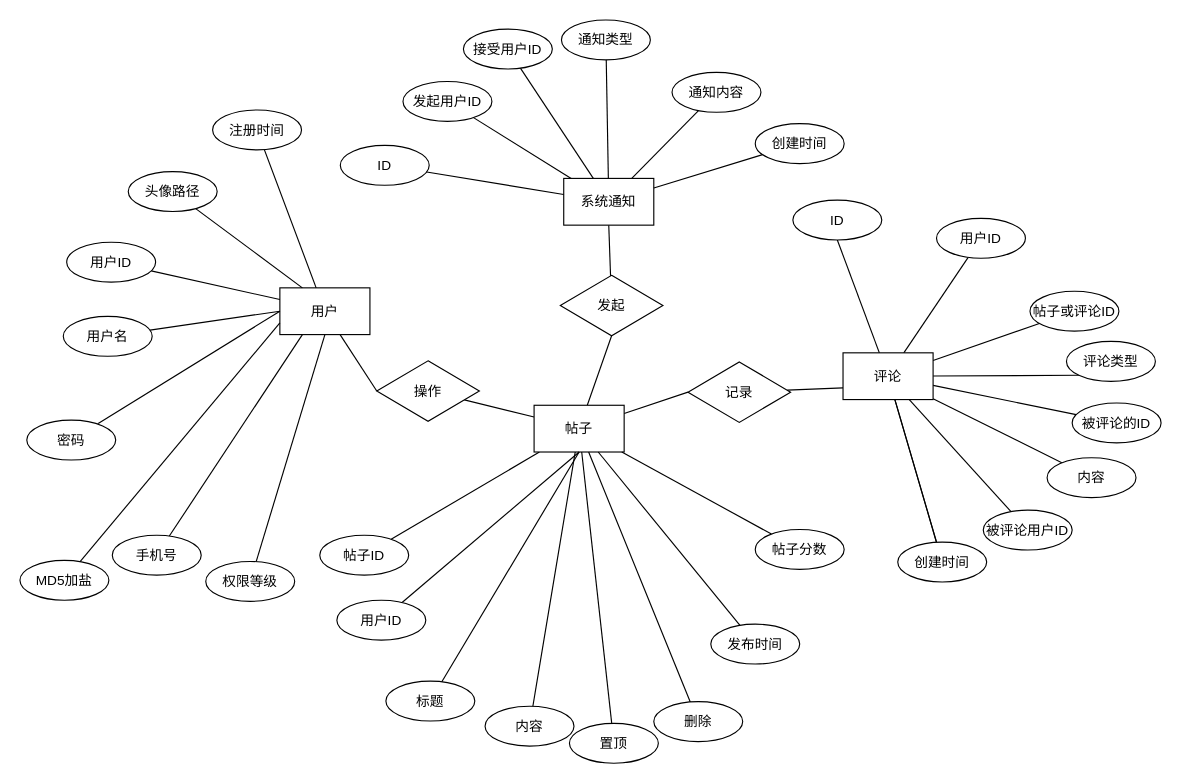
zjw1227/studentmanager keeps this draw.io diagram as 未命名绘图.drawio. Above is the earlier version. Source tidied: cells renumbered, new cells numbered last; positions are measured from the earlier drawing's top-left corner, leaving out a move shared by most shapes. Both pictures are drawn from the tidied source at 114%, with x=0, y=0 at pixel (19, 19).
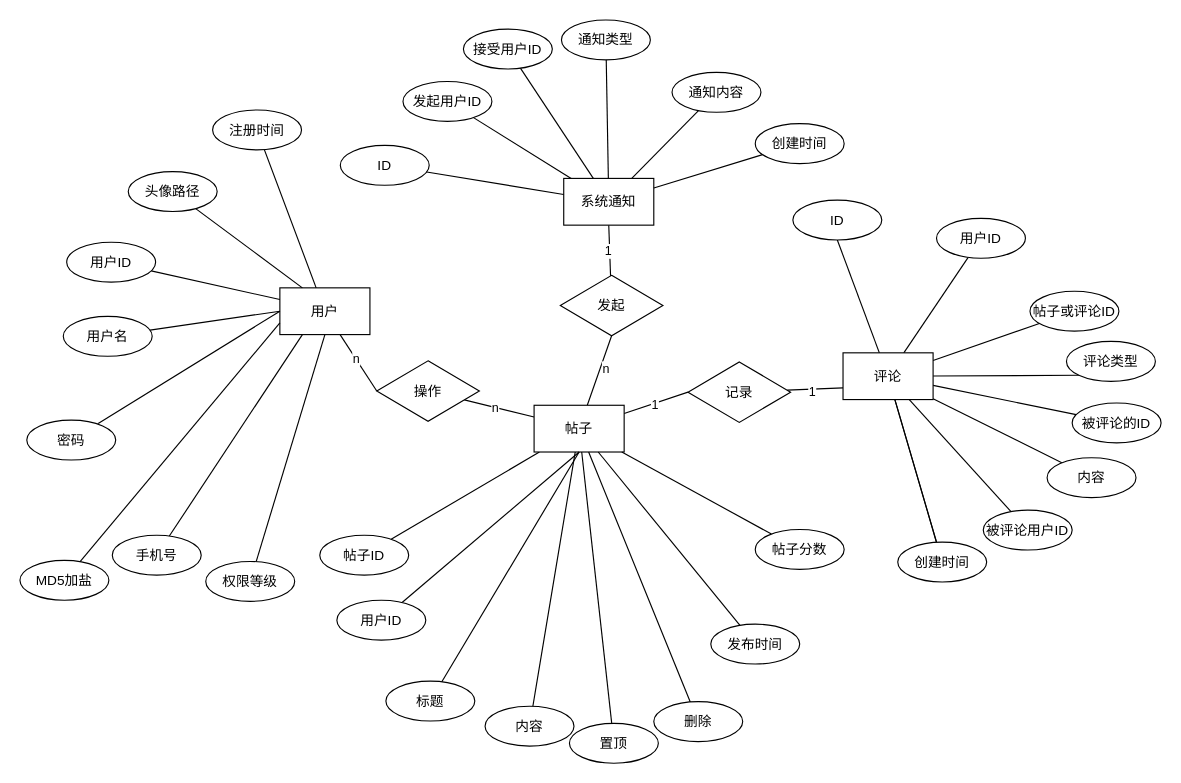
After the change.

Commit message:
更新未命名绘图.drawio

The change refers to these unchanged cells:
```xml
<mxCell id="2" style="edgeStyle=none;rounded=0;jettySize=auto;html=1;entryX=0;entryY=0.5;entryDx=0;entryDy=0;strokeColor=default;align=center;verticalAlign=middle;fontFamily=Helvetica;fontSize=11;fontColor=default;labelBackgroundColor=default;endArrow=none;endFill=0;" parent="1" edge="1" source="3" target="23">
  <mxGeometry relative="1" as="geometry" />
</mxCell>
<mxCell id="22" style="edgeStyle=none;rounded=0;jettySize=auto;html=1;entryX=0;entryY=0.25;entryDx=0;entryDy=0;strokeColor=default;align=center;verticalAlign=middle;fontFamily=Helvetica;fontSize=11;fontColor=default;labelBackgroundColor=default;endArrow=none;endFill=0;" parent="1" edge="1" source="23" target="28">
  <mxGeometry relative="1" as="geometry" />
</mxCell>
<mxCell id="24" style="edgeStyle=none;rounded=0;jettySize=auto;html=1;entryX=0.5;entryY=1;entryDx=0;entryDy=0;strokeColor=default;align=center;verticalAlign=middle;fontFamily=Helvetica;fontSize=11;fontColor=default;labelBackgroundColor=default;endArrow=none;endFill=0;" parent="1" edge="1" source="28" target="30">
  <mxGeometry relative="1" as="geometry" />
</mxCell>
<mxCell id="25" style="edgeStyle=none;rounded=0;jettySize=auto;html=1;entryX=0;entryY=0.5;entryDx=0;entryDy=0;strokeColor=default;align=center;verticalAlign=middle;fontFamily=Helvetica;fontSize=11;fontColor=default;labelBackgroundColor=default;endArrow=none;endFill=0;" parent="1" edge="1" source="28" target="33">
  <mxGeometry relative="1" as="geometry" />
</mxCell>
<mxCell id="29" style="edgeStyle=none;rounded=0;jettySize=auto;html=1;entryX=0.5;entryY=1;entryDx=0;entryDy=0;strokeColor=default;align=center;verticalAlign=middle;fontFamily=Helvetica;fontSize=11;fontColor=default;labelBackgroundColor=default;endArrow=none;endFill=0;" parent="1" edge="1" source="30" target="31">
  <mxGeometry relative="1" as="geometry" />
</mxCell>
<mxCell id="32" style="edgeStyle=none;rounded=0;jettySize=auto;html=1;entryX=0;entryY=0.75;entryDx=0;entryDy=0;strokeColor=default;align=center;verticalAlign=middle;fontFamily=Helvetica;fontSize=11;fontColor=default;labelBackgroundColor=default;endArrow=none;endFill=0;" parent="1" edge="1" source="33" target="42">
  <mxGeometry relative="1" as="geometry" />
</mxCell>
```

Change to the diagram source:
```diff
@@
+    <mxCell id="78" value="n" style="edgeLabel;html=1;align=center;verticalAlign=middle;" parent="2" vertex="1">
+      <mxGeometry x="-0.16" relative="1" as="geometry" />
+    </mxCell>
@@
+    <mxCell id="79" value="n" style="edgeLabel;html=1;align=center;verticalAlign=middle;" parent="22" vertex="1">
+      <mxGeometry x="-0.11" relative="1" as="geometry" />
+    </mxCell>
@@
+    <mxCell id="80" value="n" style="edgeLabel;html=1;align=center;verticalAlign=middle;" parent="24" vertex="1">
+      <mxGeometry x="0.11" y="-4" relative="1" as="geometry" />
+    </mxCell>
@@
+    <mxCell id="81" value="1" style="edgeLabel;html=1;align=center;verticalAlign=middle;" parent="25" vertex="1">
+      <mxGeometry x="-0.04" y="-1" relative="1" as="geometry" />
+    </mxCell>
@@
+    <mxCell id="82" value="1" style="edgeLabel;html=1;align=center;verticalAlign=middle;" parent="29" vertex="1">
+      <mxGeometry x="-0.08" y="2" relative="1" as="geometry">
+        <mxPoint y="-1" as="offset" />
+      </mxGeometry>
+    </mxCell>
@@
+    <mxCell id="83" value="1" style="edgeLabel;html=1;align=center;verticalAlign=middle;" parent="32" vertex="1">
+      <mxGeometry x="-0.13" y="-2" relative="1" as="geometry" />
+    </mxCell>
```
